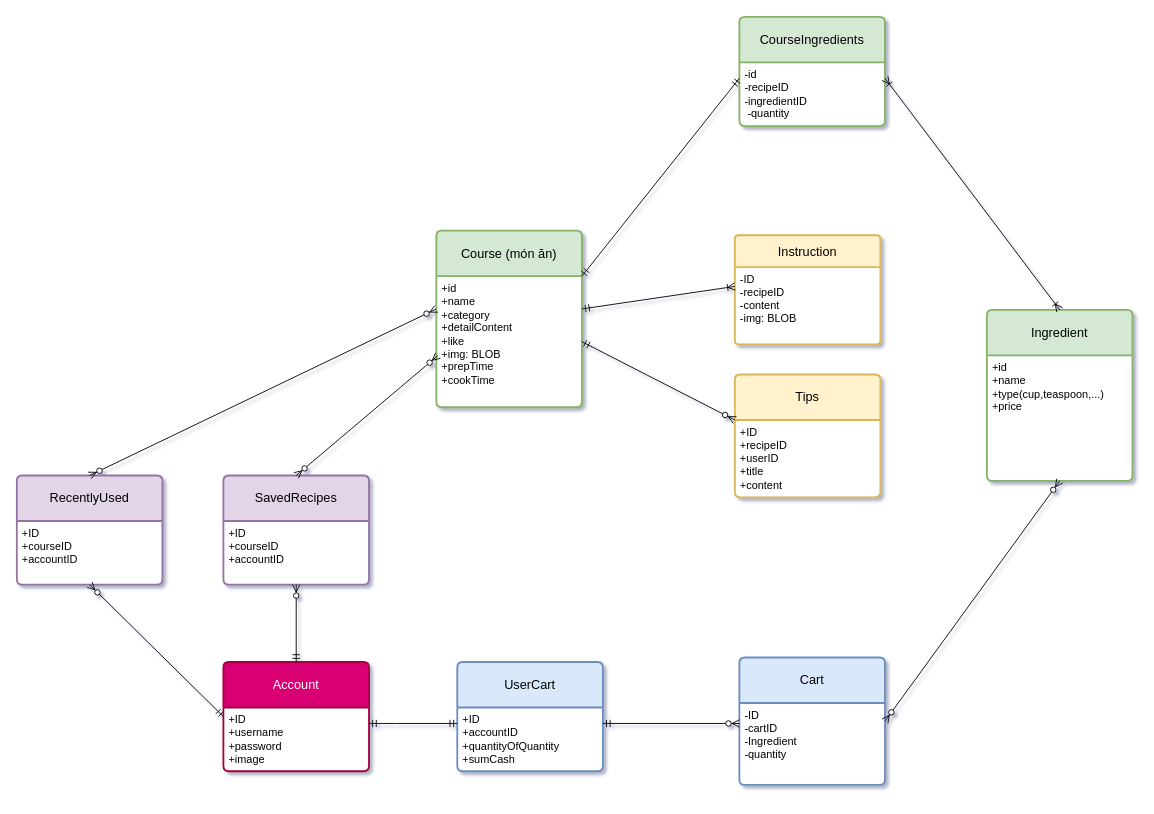
The draw.io diagram Untitled Diagram.drawio in HoKhanhDang/CookingApp, before the edit. Source tidied: cells renumbered, new cells numbered last; positions are measured from the earlier drawing's top-left corner, leaving out a move shared by most shapes. Both pictures are drawn from the tidied source at 91%, with x=0, y=0 at pixel (16, 16).
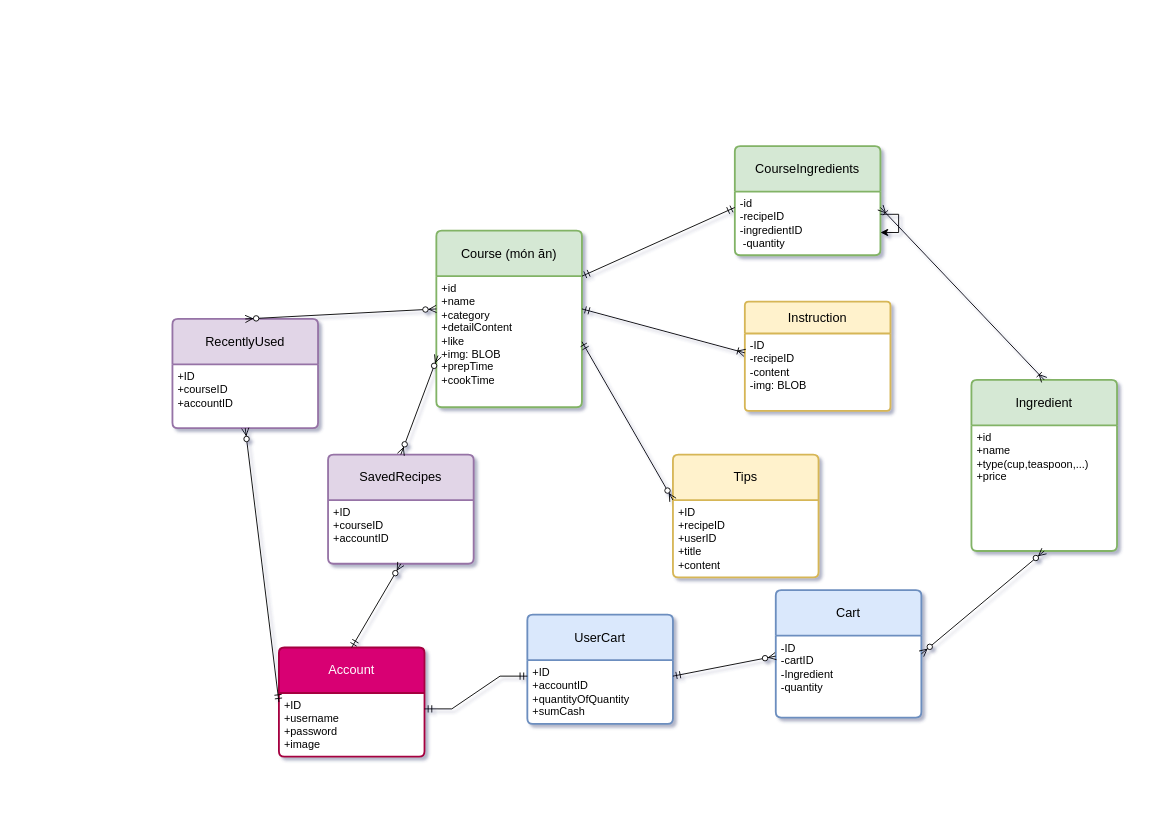
Above is the later version.

The change refers to these unchanged cells:
```xml
<mxCell id="11" value="&lt;div&gt;-id&lt;/div&gt;-recipeID&lt;div&gt;&lt;span style=&quot;background-color: initial;&quot;&gt;-ingredientID&lt;/span&gt;&lt;/div&gt;&lt;div&gt;&lt;span style=&quot;background-color: initial;&quot;&gt;&amp;nbsp;-quantity&lt;/span&gt;&lt;/div&gt;" style="align=left;strokeColor=none;fillColor=none;spacingLeft=4;fontSize=12;verticalAlign=top;html=1;" parent="10" vertex="1">
  <mxGeometry y="50" width="160" height="70" as="geometry" />
</mxCell>
```

Change to the diagram source:
```diff
@@
     <mxCell id="2" value="Ingredient" style="swimlane;horizontal=1;startSize=50;rounded=1;fontSize=14;fontStyle=0;strokeWidth=2;shadow=0;dashed=0;align=center;arcSize=4;whiteSpace=wrap;html=1;swimlaneFillColor=default;fillColor=#d5e8d4;strokeColor=#82b366;" parent="1" vertex="1">
-      <mxGeometry x="1066" y="322" width="160" height="188" as="geometry" />
+      <mxGeometry x="1049" y="399" width="160" height="188" as="geometry" />
     </mxCell>
@@
     <mxCell id="6" value="Instruction" style="swimlane;horizontal=1;startSize=35;rounded=1;fontSize=14;fontStyle=0;strokeWidth=2;shadow=0;dashed=0;align=center;arcSize=4;whiteSpace=wrap;html=1;swimlaneFillColor=default;fillColor=#fff2cc;strokeColor=#d6b656;" parent="1" vertex="1">
-      <mxGeometry x="789" y="240" width="160" height="120" as="geometry" />
+      <mxGeometry x="800" y="313" width="160" height="120" as="geometry" />
     </mxCell>
@@
     <mxCell id="8" value="Tips" style="swimlane;horizontal=1;startSize=50;rounded=1;fontSize=14;fontStyle=0;strokeWidth=2;shadow=0;dashed=0;align=center;arcSize=4;whiteSpace=wrap;html=1;swimlaneFillColor=default;fillColor=#fff2cc;strokeColor=#d6b656;" parent="1" vertex="1">
-      <mxGeometry x="789" y="393" width="160" height="135" as="geometry" />
+      <mxGeometry x="721" y="481" width="160" height="135" as="geometry" />
     </mxCell>
@@
     <mxCell id="10" value="CourseIngredients" style="swimlane;horizontal=1;startSize=50;rounded=1;fontSize=14;fontStyle=0;strokeWidth=2;shadow=0;dashed=0;align=center;arcSize=4;whiteSpace=wrap;html=1;swimlaneFillColor=default;fillColor=#d5e8d4;strokeColor=#82b366;" parent="1" vertex="1">
-      <mxGeometry x="794" width="160" height="120" as="geometry" />
+      <mxGeometry x="789" y="142" width="160" height="120" as="geometry" />
     </mxCell>
@@
+    <mxCell id="34" style="edgeStyle=orthogonalEdgeStyle;rounded=0;orthogonalLoop=1;jettySize=auto;html=1;" parent="10" edge="1" source="11" target="11">
+      <mxGeometry relative="1" as="geometry" />
+    </mxCell>
     <mxCell id="12" value="Account" style="swimlane;horizontal=1;startSize=50;rounded=1;fontSize=14;fontStyle=0;strokeWidth=2;shadow=0;dashed=0;align=center;arcSize=4;whiteSpace=wrap;html=1;swimlaneFillColor=default;fillColor=#d80073;fontColor=#ffffff;strokeColor=#A50040;" parent="1" vertex="1">
-      <mxGeometry x="227" y="709" width="160" height="120" as="geometry" />
+      <mxGeometry x="288" y="693" width="160" height="120" as="geometry" />
     </mxCell>
@@
     <mxCell id="14" value="RecentlyUsed" style="swimlane;horizontal=1;startSize=50;rounded=1;fontSize=14;fontStyle=0;strokeWidth=2;shadow=0;dashed=0;align=center;arcSize=4;whiteSpace=wrap;html=1;swimlaneFillColor=default;fillColor=#e1d5e7;strokeColor=#9673a6;" parent="1" vertex="1">
-      <mxGeometry y="504" width="160" height="120" as="geometry" />
+      <mxGeometry x="171" y="332" width="160" height="120" as="geometry" />
     </mxCell>
@@
     <mxCell id="16" value="UserCart" style="swimlane;horizontal=1;startSize=50;rounded=1;fontSize=14;fontStyle=0;strokeWidth=2;shadow=0;dashed=0;align=center;arcSize=4;whiteSpace=wrap;html=1;fillColor=#dae8fc;swimlaneFillColor=default;strokeColor=#6c8ebf;" parent="1" vertex="1">
-      <mxGeometry x="484" y="709" width="160" height="120" as="geometry" />
+      <mxGeometry x="561" y="657" width="160" height="120" as="geometry" />
     </mxCell>
@@
     <mxCell id="18" value="Cart" style="swimlane;horizontal=1;startSize=50;rounded=1;fontSize=14;fontStyle=0;strokeWidth=2;shadow=0;dashed=0;align=center;arcSize=4;whiteSpace=wrap;html=1;fillColor=#dae8fc;swimlaneFillColor=default;strokeColor=#6c8ebf;" parent="1" vertex="1">
-      <mxGeometry x="794" y="704" width="160" height="140" as="geometry" />
+      <mxGeometry x="834" y="630" width="160" height="140" as="geometry" />
     </mxCell>
@@
     <mxCell id="21" value="SavedRecipes" style="swimlane;horizontal=1;startSize=50;rounded=1;fontSize=14;fontStyle=0;strokeWidth=2;shadow=0;dashed=0;align=center;arcSize=4;whiteSpace=wrap;html=1;swimlaneFillColor=default;fillColor=#e1d5e7;strokeColor=#9673a6;" parent="1" vertex="1">
-      <mxGeometry x="227" y="504" width="160" height="120" as="geometry" />
+      <mxGeometry x="342" y="481" width="160" height="120" as="geometry" />
     </mxCell>
```
